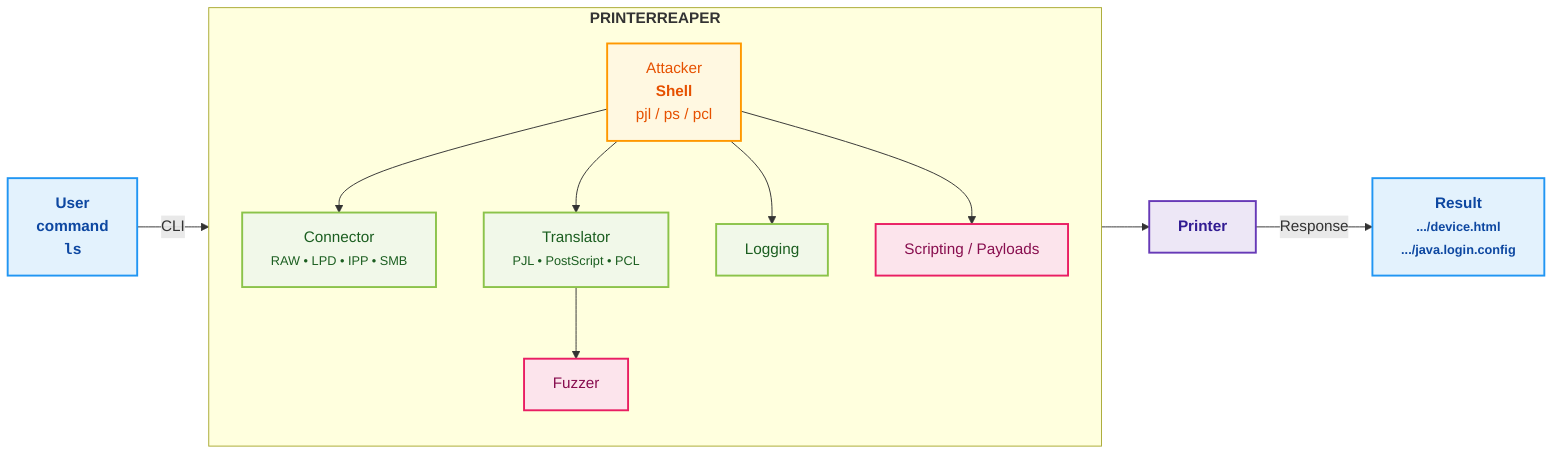
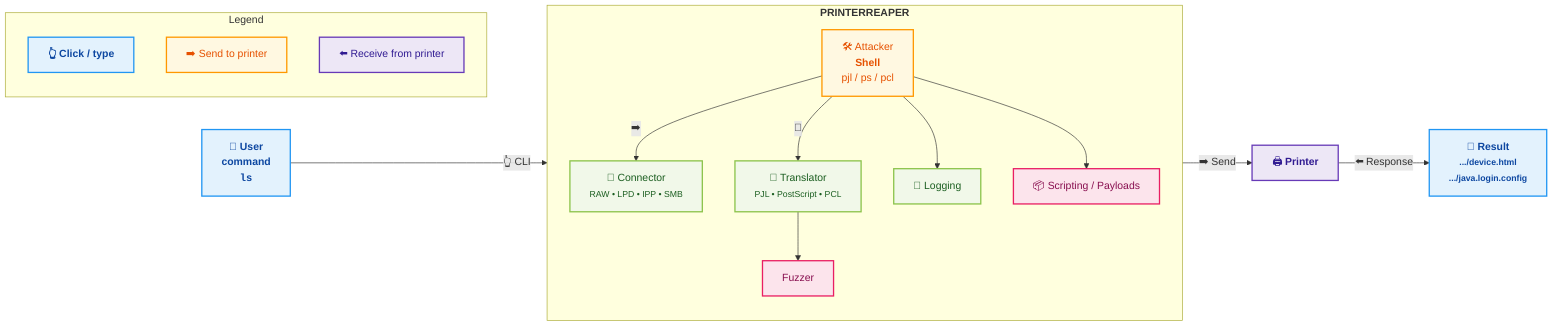
%% PrinterReaper v2.4.2 - For-Dummies Overview (style PRET)
%% Generates: diagrams/png/overview_for_dummies.png
flowchart LR
  classDef user fill:#e3f2fd,stroke:#2196f3,color:#0d47a1,stroke-width:2,font-weight:bold
  classDef app fill:#fff8e1,stroke:#ff9800,color:#e65100,stroke-width:2
  classDef block fill:#f1f8e9,stroke:#8bc34a,color:#1b5e20,stroke-width:2
  classDef io fill:#fce4ec,stroke:#e91e63,color:#880e4f,stroke-width:2
  classDef printer fill:#ede7f6,stroke:#673ab7,color:#311b92,stroke-width:2

-   U["User<br/><b>command</b><br/><code>ls</code>"]:::user -->|CLI| ATT["Attacker<br/><b>Shell</b><br/>pjl / ps / pcl"]:::app
+   %% Legend
+   subgraph LEG[Legend]
+     L1["👆 Click / type"]:::user
+     L2["➡️ Send to printer"]:::app
+     L3["⬅️ Receive from printer"]:::printer
+   end
+ 
+   U["👤 User<br/><b>command</b><br/><code>ls</code>"]:::user -->|👆 CLI| ATT["🛠️ Attacker<br/><b>Shell</b><br/>pjl / ps / pcl"]:::app

  subgraph PR["<b>PRINTERREAPER</b>"]
    direction TB
-     ATT --> CONN["Connector<br/><small>RAW • LPD • IPP • SMB</small>"]:::block
-     ATT --> TR["Translator<br/><small>PJL • PostScript • PCL</small>"]:::block
+     ATT -->|➡️| CONN["🔌 Connector<br/><small>RAW • LPD • IPP • SMB</small>"]:::block
+     ATT -->|🔄| TR["🔡 Translator<br/><small>PJL • PostScript • PCL</small>"]:::block
    TR --> FZ["Fuzzer"]:::io
-     ATT --> LG["Logging"]:::block
-     ATT --> SC["Scripting / Payloads"]:::io
+     ATT --> LG["📝 Logging"]:::block
+     ATT --> SC["📦 Scripting / Payloads"]:::io
  end

-   CONN --> PRT["<b>Printer</b>"]:::printer
-   PRT -->|Response| RES["Result<br/><small>.../device.html<br/>.../java.login.config</small>"]:::user
+   CONN -->|➡️ Send| PRT["🖨️ <b>Printer</b>"]:::printer
+   PRT -->|⬅️ Response| RES["📄 Result<br/><small>.../device.html<br/>.../java.login.config</small>"]:::user

